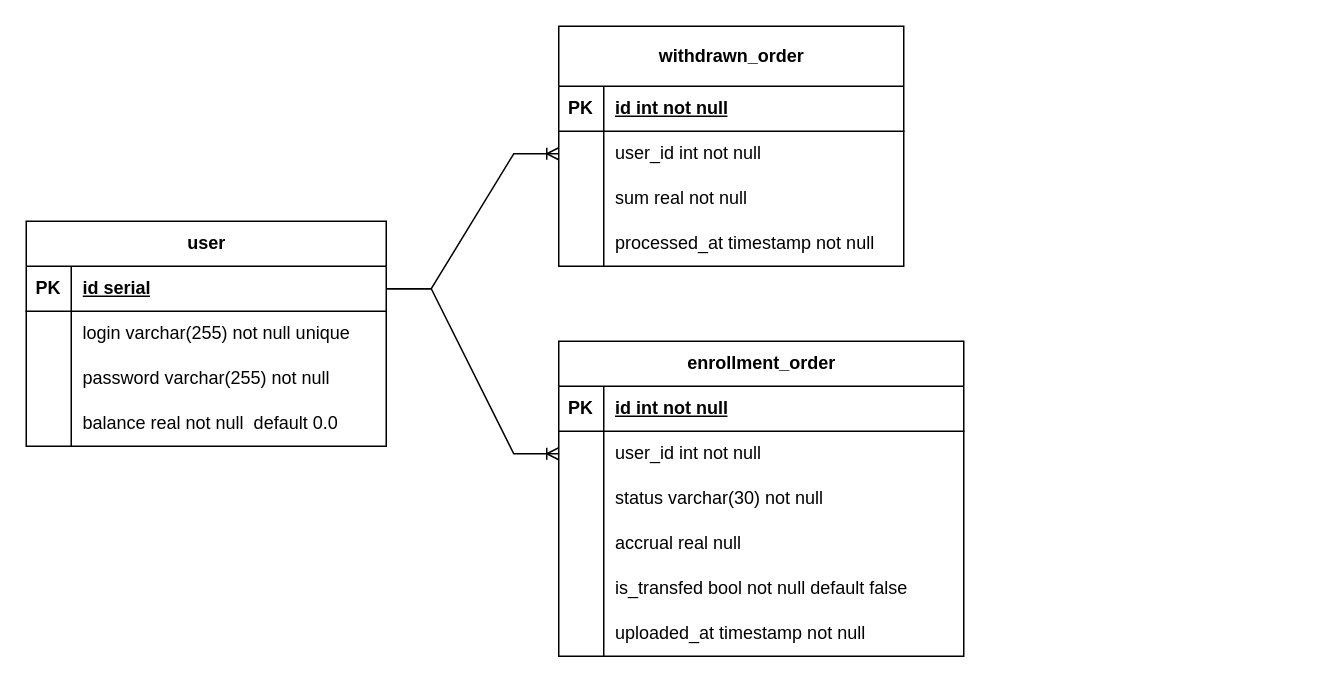
Earlier version of the draw.io diagram dev/sql_scheme.drawio (nessai1/gophermat). Source tidied: cells renumbered, new cells numbered last; positions are measured from the earlier drawing's top-left corner, leaving out a move shared by most shapes. Both pictures are drawn from the tidied source at 150%, with x=0, y=0 at pixel (26, 26).
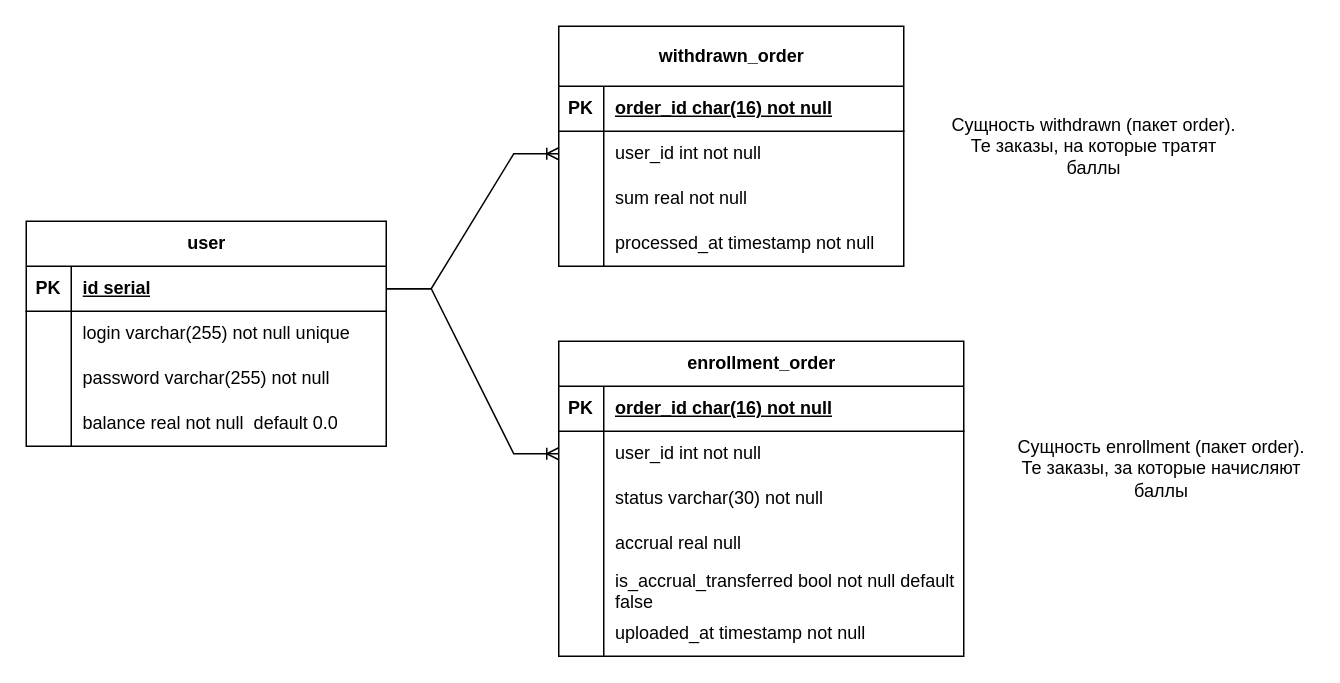
The same diagram, later.

Commit message (it also covers changes not shown here):
Поправил схему БД. Написал миграцию для заказов типа enrollment

Unchanged cells that the change refers to:
```xml
<mxCell id="16" style="shape=tableRow;horizontal=0;startSize=0;swimlaneHead=0;swimlaneBody=0;fillColor=none;top=0;left=0;right=0;bottom=1;" parent="15" vertex="1">
  <mxGeometry y="30" width="270" height="30" as="geometry" />
</mxCell>
<mxCell id="28" style="shape=tableRow;horizontal=0;startSize=0;swimlaneHead=0;swimlaneBody=0;fillColor=none;top=0;left=0;right=0;bottom=0;" parent="15" vertex="1">
  <mxGeometry y="150" width="270" height="30" as="geometry" />
</mxCell>
<mxCell id="35" style="shape=tableRow;horizontal=0;startSize=0;swimlaneHead=0;swimlaneBody=0;fillColor=none;top=0;left=0;right=0;bottom=1;" parent="34" vertex="1">
  <mxGeometry y="40" width="230" height="30" as="geometry" />
</mxCell>
```

The edit, as a diff of the source:
```diff
@@
-    <mxCell id="18" value="id int not null" style="shape=partialRectangle;fillColor=none;top=0;left=0;bottom=0;right=0;align=left;spacingLeft=6;fontStyle=5;overflow=hidden;whiteSpace=wrap;html=1;" parent="16" vertex="1">
+    <mxCell id="18" value="order_id char(16) not null" style="shape=partialRectangle;fillColor=none;top=0;left=0;bottom=0;right=0;align=left;spacingLeft=6;fontStyle=5;overflow=hidden;whiteSpace=wrap;html=1;" parent="16" vertex="1">
       <mxGeometry x="30" width="240" height="30" as="geometry" />
     </mxCell>
@@
-    <mxCell id="30" value="is_transfed bool not null default false" style="shape=partialRectangle;fillColor=none;top=0;left=0;bottom=0;right=0;align=left;spacingLeft=6;overflow=hidden;whiteSpace=wrap;html=1;" parent="28" vertex="1">
+    <mxCell id="30" value="is_accrual_transferred bool not null default false" style="shape=partialRectangle;fillColor=none;top=0;left=0;bottom=0;right=0;align=left;spacingLeft=6;overflow=hidden;whiteSpace=wrap;html=1;" parent="28" vertex="1">
       <mxGeometry x="30" width="240" height="30" as="geometry" />
     </mxCell>
@@
-    <mxCell id="37" value="id int not null" style="shape=partialRectangle;fillColor=none;top=0;left=0;bottom=0;right=0;align=left;spacingLeft=6;fontStyle=5;overflow=hidden;whiteSpace=wrap;html=1;" parent="35" vertex="1">
+    <mxCell id="37" value="order_id char(16) not null" style="shape=partialRectangle;fillColor=none;top=0;left=0;bottom=0;right=0;align=left;spacingLeft=6;fontStyle=5;overflow=hidden;whiteSpace=wrap;html=1;" parent="35" vertex="1">
       <mxGeometry x="30" width="200" height="30" as="geometry" />
     </mxCell>
@@
+    <mxCell id="49" value="Сущность enrollment (пакет order). Те заказы, за которые начисляют баллы" style="text;html=1;strokeColor=none;fillColor=none;align=center;verticalAlign=middle;whiteSpace=wrap;rounded=0;" parent="1" vertex="1">
+      <mxGeometry x="656" y="280" width="202" height="30" as="geometry" />
+    </mxCell>
+    <mxCell id="50" value="Сущность withdrawn (пакет order). Те заказы, на которые тратят баллы" style="text;html=1;strokeColor=none;fillColor=none;align=center;verticalAlign=middle;whiteSpace=wrap;rounded=0;" parent="1" vertex="1">
+      <mxGeometry x="611" y="65" width="202" height="30" as="geometry" />
+    </mxCell>
```
